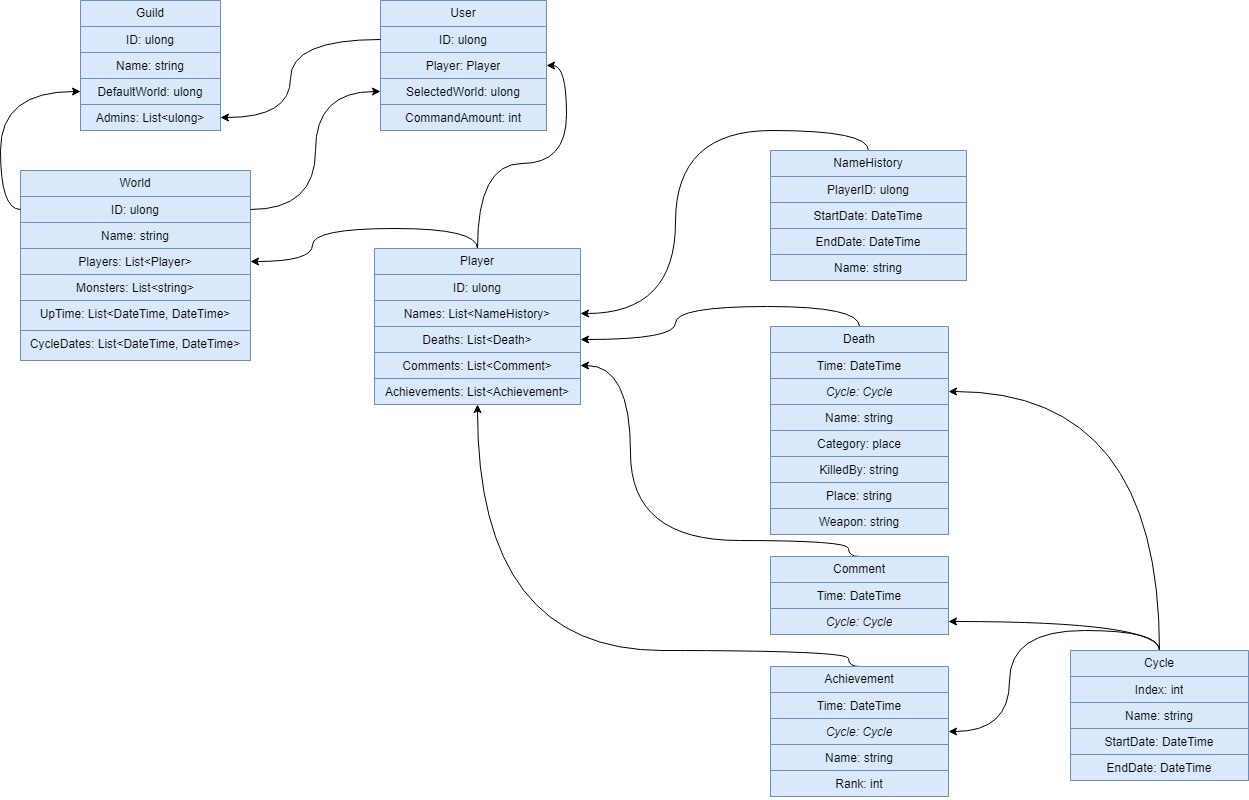
Before: Stats Bot UML.drawio.png, a diagram exported from draw.io (Endferoma/Draw.IO). Source tidied: cells renumbered, new cells last; positions are measured from the earlier drawing's top-left corner, leaving out a move shared by most shapes.
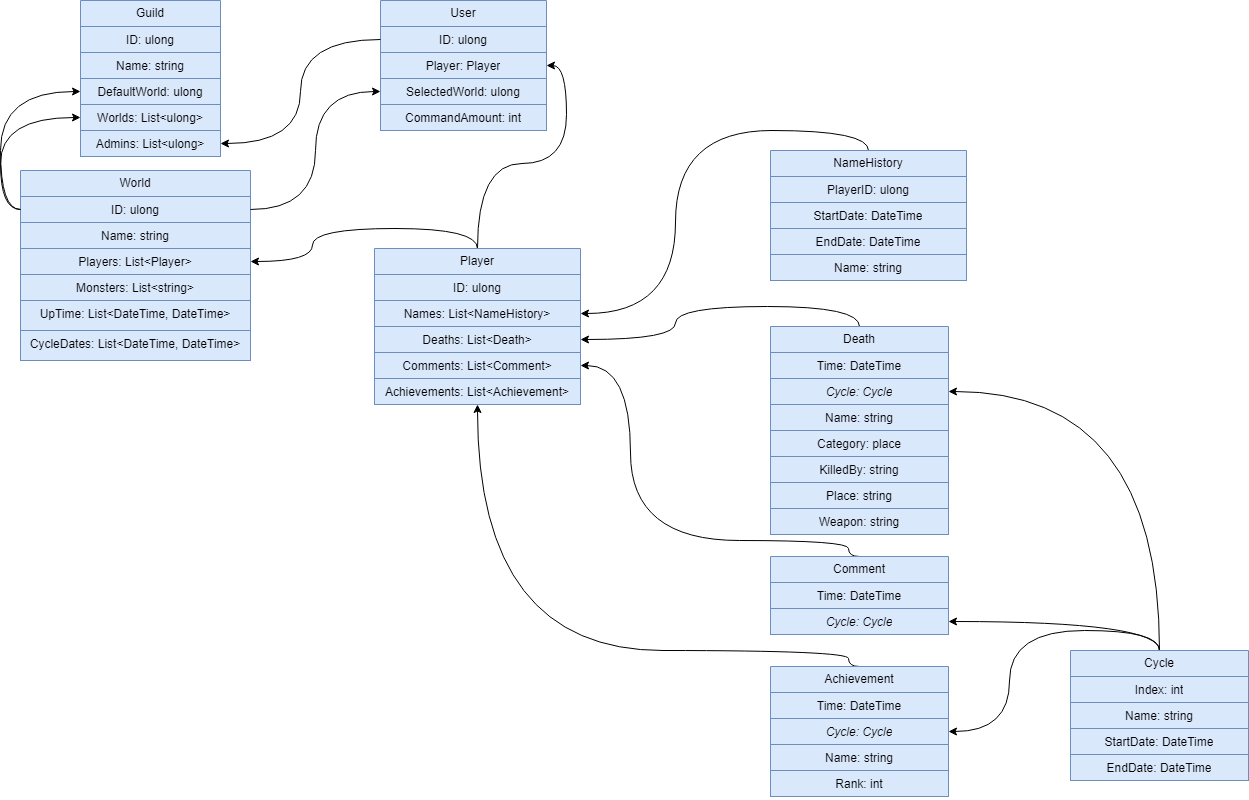
Above is the later version.

Diff of the diagram source:
```diff
@@ -3,7 +3,7 @@
     <mxCell id="0" />
     <mxCell id="1" parent="0" />
     <mxCell id="2" value="Guild" style="swimlane;fontStyle=0;horizontal=1;startSize=26;fillColor=#dae8fc;whiteSpace=wrap;html=1;align=center;strokeColor=#6c8ebf;" parent="1" vertex="1">
-      <mxGeometry x="60" width="140" height="130" as="geometry" />
+      <mxGeometry x="60" width="140" height="156" as="geometry" />
     </mxCell>
     <mxCell id="3" value="ID: ulong" style="text;strokeColor=#6c8ebf;fillColor=#dae8fc;align=center;verticalAlign=top;spacingLeft=4;spacingRight=4;overflow=hidden;whiteSpace=wrap;html=1;" parent="2" vertex="1">
       <mxGeometry y="26" width="140" height="26" as="geometry" />
@@ -14,8 +14,11 @@
     <mxCell id="5" value="DefaultWorld: ulong" style="text;strokeColor=#6c8ebf;fillColor=#dae8fc;align=center;verticalAlign=top;spacingLeft=4;spacingRight=4;overflow=hidden;points=[[0,0.5],[1,0.5]];portConstraint=eastwest;whiteSpace=wrap;html=1;" parent="2" vertex="1">
       <mxGeometry y="78" width="140" height="26" as="geometry" />
     </mxCell>
+    <mxCell id="63" value="Worlds: List&amp;lt;ulong&amp;gt;" style="text;strokeColor=#6c8ebf;fillColor=#dae8fc;align=center;verticalAlign=top;spacingLeft=4;spacingRight=4;overflow=hidden;points=[[0,0.5],[1,0.5]];portConstraint=eastwest;whiteSpace=wrap;html=1;" parent="2" vertex="1">
+      <mxGeometry y="104" width="140" height="26" as="geometry" />
+    </mxCell>
     <mxCell id="6" value="Admins: List&amp;lt;ulong&amp;gt;" style="text;strokeColor=#6c8ebf;fillColor=#dae8fc;align=center;verticalAlign=top;spacingLeft=4;spacingRight=4;overflow=hidden;points=[[0,0.5],[1,0.5]];portConstraint=eastwest;whiteSpace=wrap;html=1;" parent="2" vertex="1">
-      <mxGeometry y="104" width="140" height="26" as="geometry" />
+      <mxGeometry y="130" width="140" height="26" as="geometry" />
     </mxCell>
     <mxCell id="7" value="User" style="swimlane;fontStyle=0;horizontal=1;startSize=26;fillColor=#dae8fc;whiteSpace=wrap;html=1;align=center;strokeColor=#6c8ebf;" parent="1" vertex="1">
       <mxGeometry x="360" width="166" height="130" as="geometry" />
@@ -98,8 +101,8 @@
     <mxCell id="33" style="edgeStyle=orthogonalEdgeStyle;rounded=0;jettySize=auto;html=1;exitX=0;exitY=0.5;exitDx=0;exitDy=0;curved=1;" parent="1" edge="1" source="8" target="6">
       <mxGeometry relative="1" as="geometry">
         <Array as="points">
-          <mxPoint x="270" y="39" />
-          <mxPoint x="270" y="117" />
+          <mxPoint x="280" y="39" />
+          <mxPoint x="280" y="143" />
         </Array>
       </mxGeometry>
     </mxCell>
@@ -203,5 +206,8 @@
     <mxCell id="62" value="Weapon: string" style="text;strokeColor=#6c8ebf;fillColor=#dae8fc;align=center;verticalAlign=top;spacingLeft=4;spacingRight=4;overflow=hidden;whiteSpace=wrap;html=1;fontStyle=0;" parent="55" vertex="1">
       <mxGeometry y="182" width="178" height="26" as="geometry" />
     </mxCell>
+    <mxCell id="64" style="edgeStyle=orthogonalEdgeStyle;rounded=0;jettySize=auto;html=1;exitX=0;exitY=0.5;exitDx=0;exitDy=0;entryX=0;entryY=0.5;entryDx=0;entryDy=0;curved=1;" parent="1" edge="1" source="19" target="63">
+      <mxGeometry relative="1" as="geometry" />
+    </mxCell>
   </root>
 </mxGraphModel>
```
